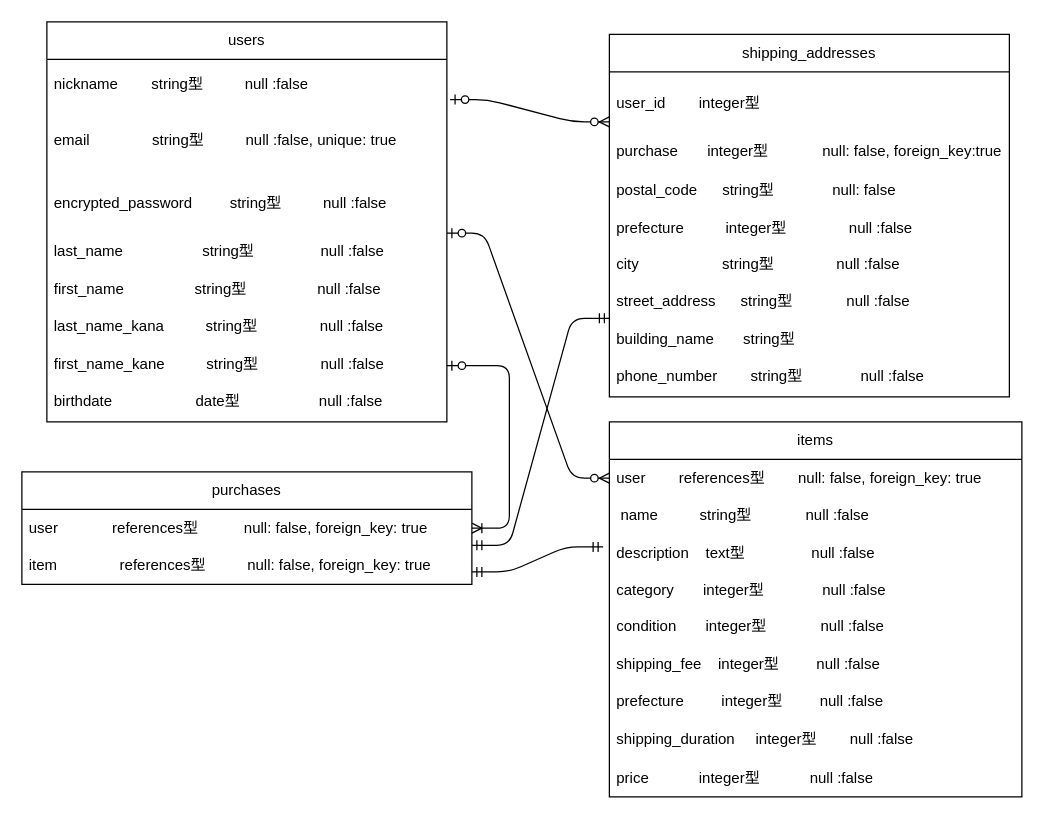
Earlier version of the draw.io diagram page "ページ1" (1 of 2) of ed_zu.dio (aisu0392/furima-39899). Source tidied: cells renumbered, new cells numbered last; positions are measured from the earlier drawing's top-left corner, leaving out a move shared by most shapes. Both pictures are drawn from the tidied source at 125%, with x=0, y=0 at pixel (21, 21).
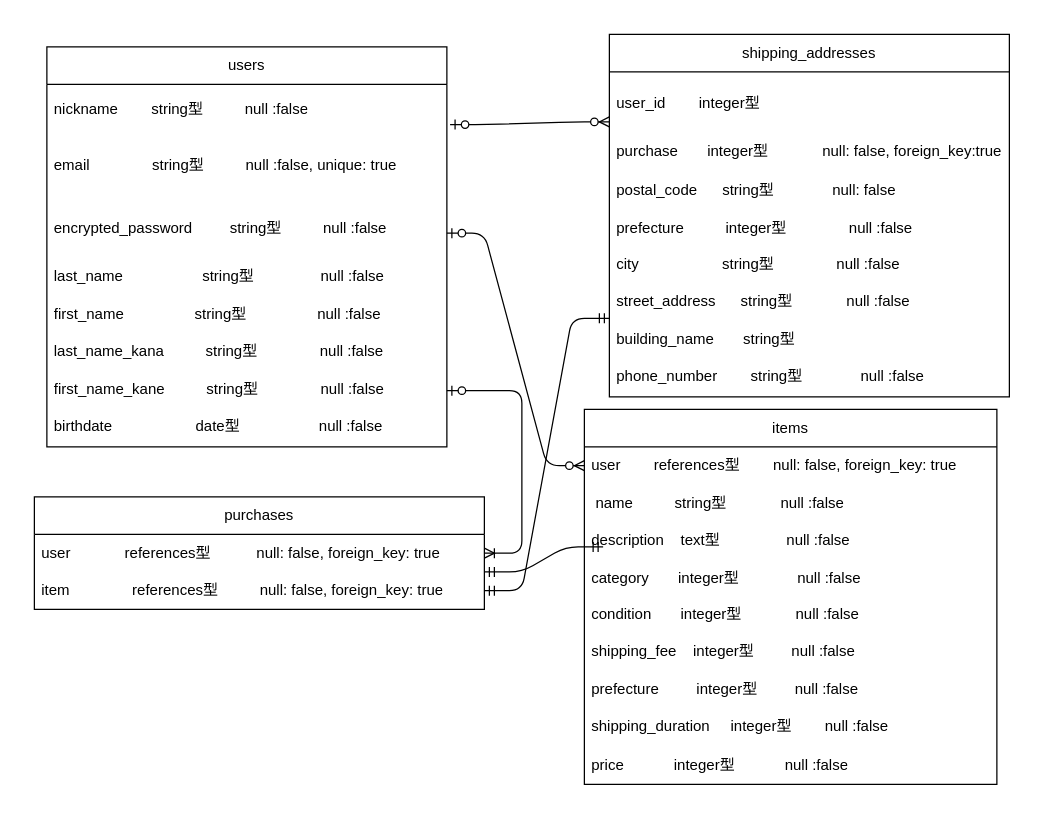
After the change.

Unchanged cells that the change refers to:
```xml
<mxCell id="23" value="item&amp;nbsp; &amp;nbsp; &amp;nbsp; &amp;nbsp; &amp;nbsp; &amp;nbsp; &amp;nbsp; &amp;nbsp;references型&amp;nbsp; &amp;nbsp; &amp;nbsp; &amp;nbsp; &amp;nbsp; null: false, foreign_key: true" style="text;strokeColor=none;fillColor=none;align=left;verticalAlign=middle;spacingLeft=4;spacingRight=4;overflow=hidden;points=[[0,0.5],[1,0.5]];portConstraint=eastwest;whiteSpace=wrap;html=1;" parent="21" vertex="1">
  <mxGeometry y="60" width="360" height="30" as="geometry" />
</mxCell>
<mxCell id="31" value="building_name       string型        " style="text;strokeColor=none;fillColor=none;spacingLeft=4;spacingRight=4;overflow=hidden;points=[[0,0.5],[1,0.5]];portConstraint=eastwest;fontSize=12;" parent="24" vertex="1">
  <mxGeometry y="230" width="320" height="30" as="geometry" />
</mxCell>
```

What changed in the source:
```diff
@@
     <mxCell id="2" value="users" style="swimlane;fontStyle=0;horizontal=1;startSize=30;whiteSpace=wrap;html=1;" parent="1" vertex="1">
-      <mxGeometry x="20" width="320" height="320" as="geometry" />
+      <mxGeometry x="20" y="20" width="320" height="320" as="geometry" />
     </mxCell>
@@
     <mxCell id="11" value="items" style="swimlane;fontStyle=0;horizontal=1;startSize=30;whiteSpace=wrap;html=1;" parent="1" vertex="1">
-      <mxGeometry x="470" y="320" width="330" height="300" as="geometry" />
+      <mxGeometry x="450" y="310" width="330" height="300" as="geometry" />
     </mxCell>
@@
     <mxCell id="21" value="purchases" style="swimlane;fontStyle=0;horizontal=1;startSize=30;whiteSpace=wrap;html=1;" parent="1" vertex="1">
-      <mxGeometry y="360" width="360" height="90" as="geometry" />
+      <mxGeometry x="10" y="380" width="360" height="90" as="geometry" />
     </mxCell>
@@
     <mxCell id="35" style="edgeStyle=entityRelationEdgeStyle;fontSize=12;html=1;endArrow=ERmandOne;startArrow=ERmandOne;entryX=0;entryY=0.5;entryDx=0;entryDy=0;" parent="1" edge="1">
       <mxGeometry relative="1" as="geometry">
-        <mxPoint x="360" y="440" as="sourcePoint" />
+        <mxPoint x="370" y="440" as="sourcePoint" />
         <mxPoint x="465" y="420" as="targetPoint" />
       </mxGeometry>
     </mxCell>
-    <mxCell id="36" style="edgeStyle=entityRelationEdgeStyle;fontSize=12;html=1;endArrow=ERmandOne;startArrow=ERmandOne;entryX=0;entryY=-0.095;entryDx=0;entryDy=0;entryPerimeter=0;exitX=1;exitY=-0.043;exitDx=0;exitDy=0;exitPerimeter=0;" parent="1" edge="1" source="23" target="31">
+    <mxCell id="36" style="edgeStyle=entityRelationEdgeStyle;fontSize=12;html=1;endArrow=ERmandOne;startArrow=ERmandOne;entryX=0;entryY=-0.095;entryDx=0;entryDy=0;entryPerimeter=0;exitX=1;exitY=0.5;exitDx=0;exitDy=0;" parent="1" edge="1" source="23" target="31">
       <mxGeometry relative="1" as="geometry" />
     </mxCell>
```
